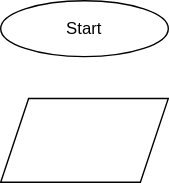
The draw.io diagram Homework 1/Task3/scheme.drawio.svg in lleTpoBu4/C-Homeworks, before a commit. Source tidied: cells renumbered, new cells last; positions are measured from the earlier drawing's top-left corner, leaving out a move shared by most shapes.
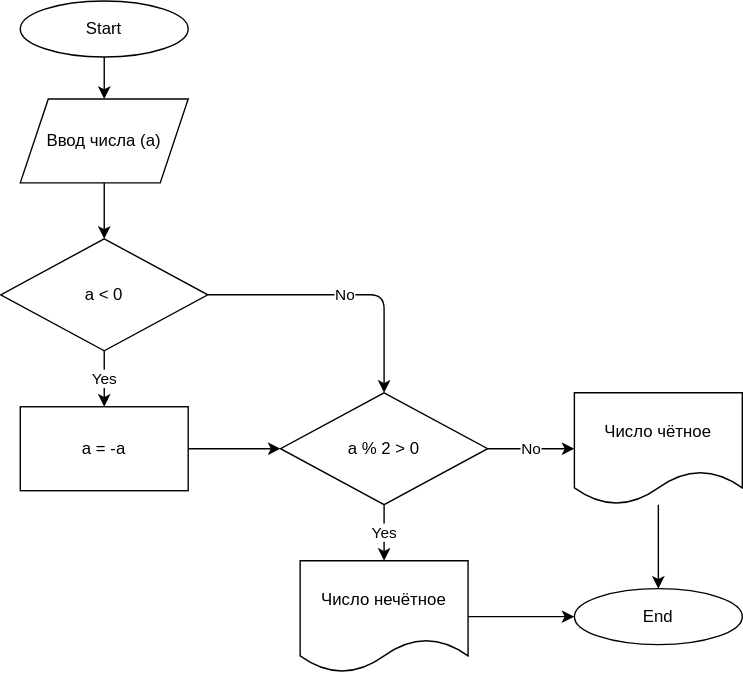
After the commit.

Diff of the diagram source:
```diff
@@ -2,11 +2,62 @@
   <root>
     <mxCell id="0" />
     <mxCell id="1" parent="0" />
+    <mxCell id="4" style="edgeStyle=none;html=1;exitX=0.5;exitY=1;exitDx=0;exitDy=0;entryX=0.5;entryY=0;entryDx=0;entryDy=0;" parent="1" edge="1" source="2" target="3">
+      <mxGeometry relative="1" as="geometry" />
+    </mxCell>
     <mxCell id="2" value="Start" style="ellipse;whiteSpace=wrap;html=1;" parent="1" vertex="1">
       <mxGeometry width="120" height="40" as="geometry" />
     </mxCell>
+    <mxCell id="5" style="edgeStyle=none;html=1;" parent="1" edge="1" source="3" target="8">
+      <mxGeometry relative="1" as="geometry" />
+    </mxCell>
-    <mxCell id="3" style="shape=parallelogram;perimeter=parallelogramPerimeter;whiteSpace=wrap;html=1;fixedSize=1;" parent="1" vertex="1">
+    <mxCell id="3" value="Ввод числа (a)" style="shape=parallelogram;perimeter=parallelogramPerimeter;whiteSpace=wrap;html=1;fixedSize=1;" parent="1" vertex="1">
       <mxGeometry y="70" width="120" height="60" as="geometry" />
     </mxCell>
+    <mxCell id="6" value="Yes" style="edgeStyle=none;html=1;" parent="1" edge="1" source="8" target="10">
+      <mxGeometry relative="1" as="geometry" />
+    </mxCell>
+    <mxCell id="7" value="No" style="edgeStyle=none;html=1;exitX=1;exitY=0.5;exitDx=0;exitDy=0;entryX=0.5;entryY=0;entryDx=0;entryDy=0;" parent="1" edge="1" source="8" target="13">
+      <mxGeometry relative="1" as="geometry">
+        <Array as="points">
+          <mxPoint x="260" y="210" />
+        </Array>
+      </mxGeometry>
+    </mxCell>
+    <mxCell id="8" value="a &amp;lt; 0" style="rhombus;whiteSpace=wrap;html=1;" parent="1" vertex="1">
+      <mxGeometry x="-14" y="170" width="148" height="80" as="geometry" />
+    </mxCell>
+    <mxCell id="9" style="edgeStyle=none;html=1;exitX=1;exitY=0.5;exitDx=0;exitDy=0;entryX=0;entryY=0.5;entryDx=0;entryDy=0;" parent="1" edge="1" source="10" target="13">
+      <mxGeometry relative="1" as="geometry" />
+    </mxCell>
+    <mxCell id="10" value="a = -a" style="whiteSpace=wrap;html=1;" parent="1" vertex="1">
+      <mxGeometry y="290" width="120" height="60" as="geometry" />
+    </mxCell>
+    <mxCell id="11" value="Yes" style="edgeStyle=none;html=1;" parent="1" edge="1" source="13">
+      <mxGeometry relative="1" as="geometry">
+        <mxPoint x="260" y="400" as="targetPoint" />
+      </mxGeometry>
+    </mxCell>
+    <mxCell id="12" value="No" style="edgeStyle=none;html=1;exitX=1;exitY=0.5;exitDx=0;exitDy=0;entryX=0;entryY=0.5;entryDx=0;entryDy=0;" parent="1" edge="1" source="13" target="17">
+      <mxGeometry relative="1" as="geometry" />
+    </mxCell>
+    <mxCell id="13" value="a % 2 &amp;gt; 0" style="rhombus;whiteSpace=wrap;html=1;" parent="1" vertex="1">
+      <mxGeometry x="186" y="280" width="148" height="80" as="geometry" />
+    </mxCell>
+    <mxCell id="14" style="edgeStyle=none;html=1;exitX=1;exitY=0.5;exitDx=0;exitDy=0;entryX=0;entryY=0.5;entryDx=0;entryDy=0;" parent="1" edge="1" source="15" target="18">
+      <mxGeometry relative="1" as="geometry" />
+    </mxCell>
+    <mxCell id="15" value="Число нечётное" style="shape=document;whiteSpace=wrap;html=1;boundedLbl=1;" parent="1" vertex="1">
+      <mxGeometry x="200" y="400" width="120" height="80" as="geometry" />
+    </mxCell>
+    <mxCell id="16" style="edgeStyle=none;html=1;entryX=0.5;entryY=0;entryDx=0;entryDy=0;" parent="1" edge="1" source="17" target="18">
+      <mxGeometry relative="1" as="geometry" />
+    </mxCell>
+    <mxCell id="17" value="Число чётное" style="shape=document;whiteSpace=wrap;html=1;boundedLbl=1;" parent="1" vertex="1">
+      <mxGeometry x="396" y="280" width="120" height="80" as="geometry" />
+    </mxCell>
+    <mxCell id="18" value="End" style="ellipse;whiteSpace=wrap;html=1;" parent="1" vertex="1">
+      <mxGeometry x="396" y="420" width="120" height="40" as="geometry" />
+    </mxCell>
   </root>
 </mxGraphModel>
```
